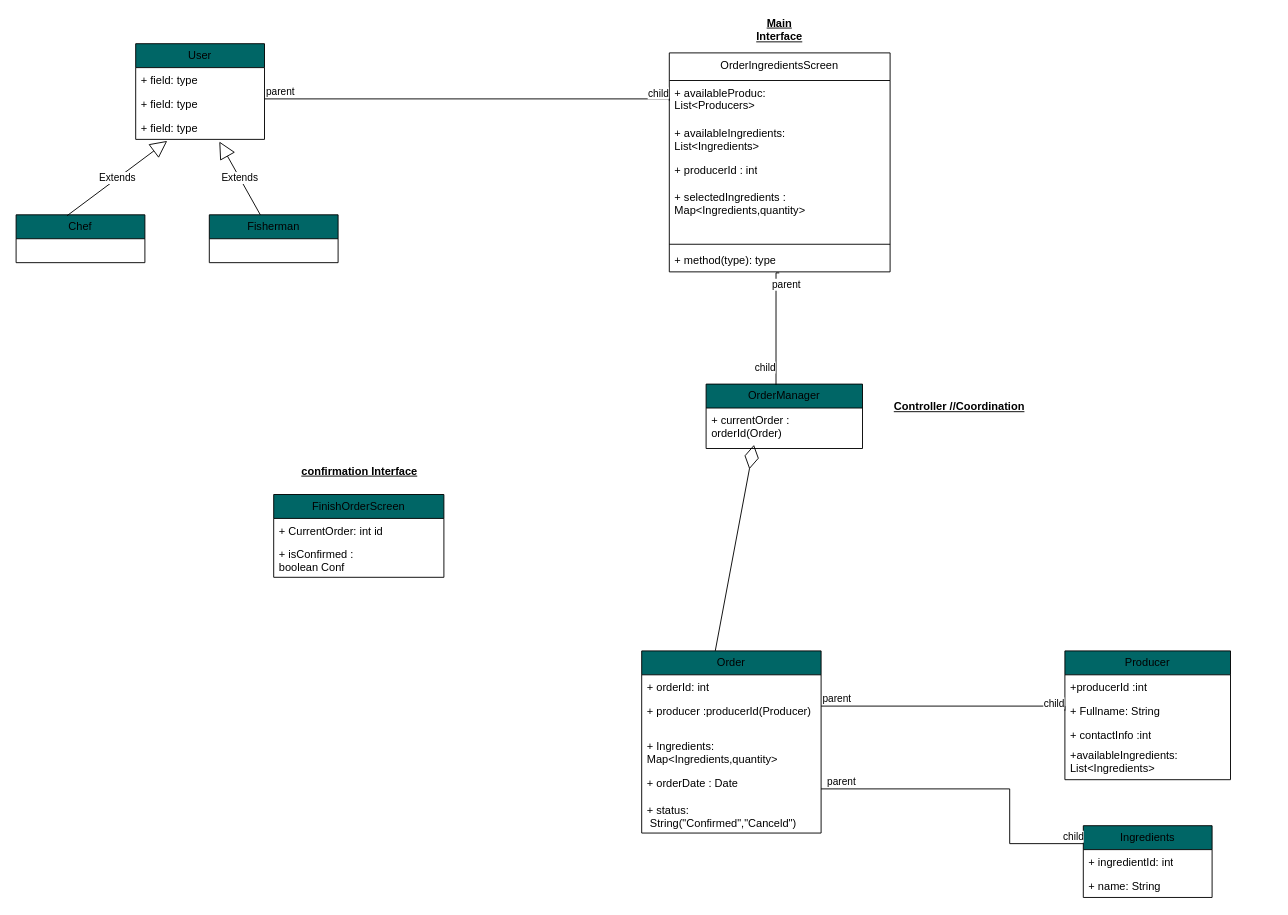
Before: ClassDiagram_Kostasdrawio.drawio in TMCEID/SoftEngFishApp, a draw.io diagram. Source tidied: cells renumbered, new cells numbered last; positions are measured from the earlier drawing's top-left corner, leaving out a move shared by most shapes. Both pictures are drawn from the tidied source at 92%, with x=0, y=0 at pixel (16, 16).
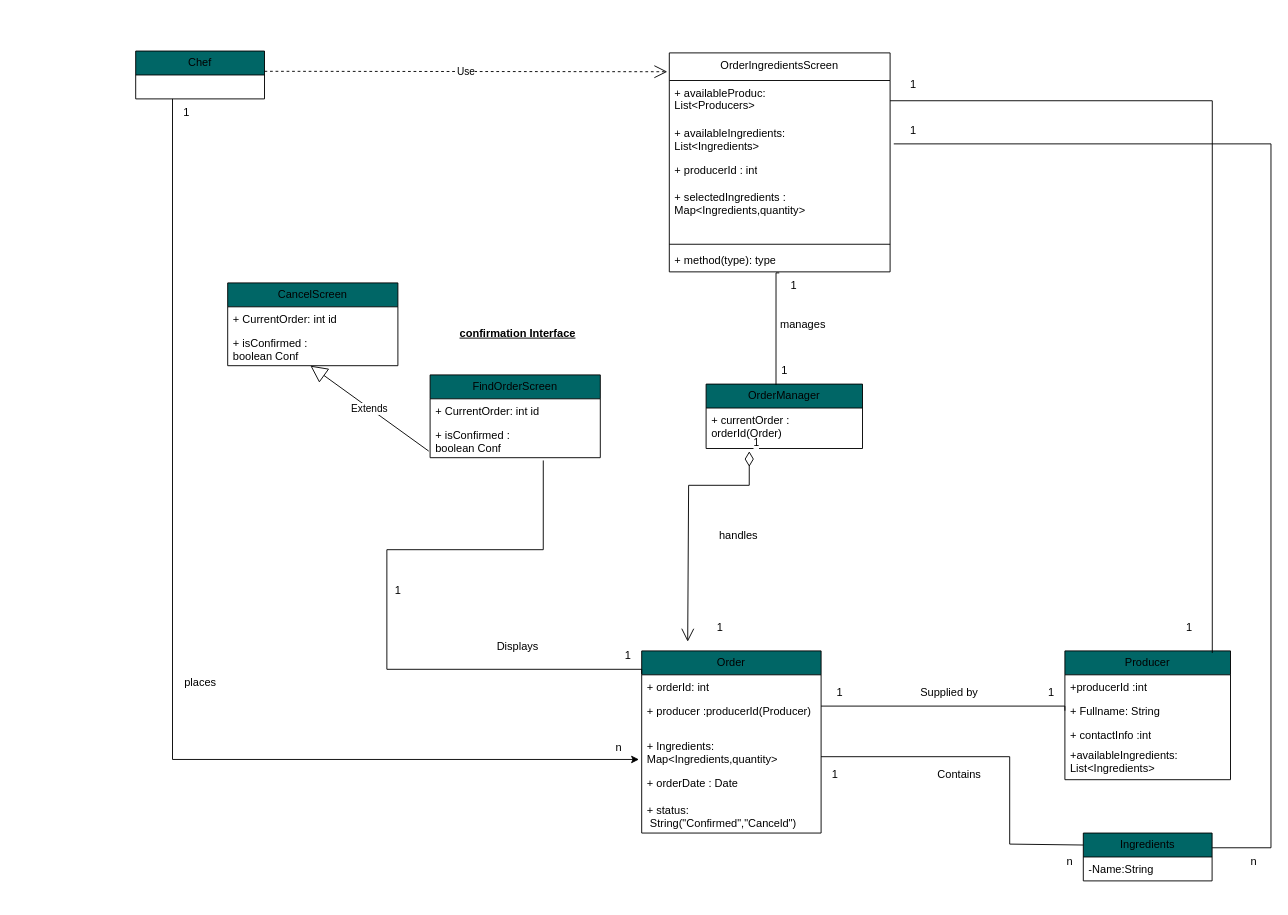
The same diagram, later.

Commit message:
Kostas: Need some work But!

Unchanged cells that the change refers to:
```xml
<mxCell id="10" value="Producer" style="swimlane;fontStyle=0;horizontal=1;startSize=26;fillColor=light-dark(#006666,#006666);whiteSpace=wrap;html=1;" parent="1" vertex="1">
  <mxGeometry x="1140" y="690" width="180" height="140" as="geometry" />
</mxCell>
<mxCell id="12" value="+ Fullname: String" style="text;strokeColor=none;fillColor=none;align=left;verticalAlign=top;spacingLeft=4;spacingRight=4;overflow=hidden;points=[[0,0.5],[1,0.5]];portConstraint=eastwest;whiteSpace=wrap;html=1;" parent="10" vertex="1">
  <mxGeometry y="52" width="180" height="26" as="geometry" />
</mxCell>
<mxCell id="18" value="Order" style="swimlane;fontStyle=0;horizontal=1;startSize=26;fillColor=light-dark(#006666,#006666);whiteSpace=wrap;html=1;" parent="1" vertex="1">
  <mxGeometry x="680" y="690" width="195" height="198" as="geometry" />
</mxCell>
<mxCell id="21" value="+ Ingredients:&lt;br&gt;Map&amp;lt;Ingredients,quantity&amp;gt;" style="text;strokeColor=none;fillColor=none;align=left;verticalAlign=top;spacingLeft=4;spacingRight=4;overflow=hidden;points=[[0,0.5],[1,0.5]];portConstraint=eastwest;whiteSpace=wrap;html=1;" parent="18" vertex="1">
  <mxGeometry y="90" width="195" height="40" as="geometry" />
</mxCell>
<mxCell id="25" value="+ currentOrder : orderId(Order)" style="text;strokeColor=none;fillColor=none;align=left;verticalAlign=top;spacingLeft=4;spacingRight=4;overflow=hidden;points=[[0,0.5],[1,0.5]];portConstraint=eastwest;whiteSpace=wrap;html=1;" parent="24" vertex="1">
  <mxGeometry y="26" width="170" height="44" as="geometry" />
</mxCell>
<mxCell id="29" value="&lt;span style=&quot;font-weight: 400;&quot;&gt;OrderIngredientsScreen&lt;/span&gt;" style="swimlane;fontStyle=1;align=center;verticalAlign=top;horizontal=1;startSize=30;whiteSpace=wrap;html=1;fillColor=light-dark(#FFFFFF,#006666);" parent="1" vertex="1">
  <mxGeometry x="710" y="40" width="240" height="238" as="geometry" />
</mxCell>
<mxCell id="30" value="+ availableProduc:&lt;br&gt;List&amp;lt;Producers&amp;gt;" style="text;strokeColor=none;fillColor=none;align=left;verticalAlign=top;spacingLeft=4;spacingRight=4;overflow=hidden;points=[[0,0.5],[1,0.5]];portConstraint=eastwest;whiteSpace=wrap;html=1;" parent="29" vertex="1">
  <mxGeometry y="30" width="240" height="44" as="geometry" />
</mxCell>
<mxCell id="43" style="endArrow=none;html=1;edgeStyle=orthogonalEdgeStyle;rounded=0;entryX=0.447;entryY=0.014;entryDx=0;entryDy=0;entryPerimeter=0;exitX=0.498;exitY=1.044;exitDx=0;exitDy=0;exitPerimeter=0;" parent="1" edge="1" source="35" target="24">
  <mxGeometry relative="1" as="geometry">
    <Array as="points">
      <mxPoint x="826" y="279" />
    </Array>
  </mxGeometry>
</mxCell>
```

Diff of the diagram source:
```diff
@@
-    <mxCell id="2" value="User" style="swimlane;fontStyle=0;horizontal=1;startSize=26;fillColor=light-dark(#006666,#006666);whiteSpace=wrap;html=1;" parent="1" vertex="1">
-      <mxGeometry x="130" y="30" width="140" height="104" as="geometry" />
-    </mxCell>
-    <mxCell id="3" value="+ field: type" style="text;strokeColor=none;fillColor=none;align=left;verticalAlign=top;spacingLeft=4;spacingRight=4;overflow=hidden;whiteSpace=wrap;html=1;" parent="2" vertex="1">
-      <mxGeometry y="26" width="140" height="26" as="geometry" />
-    </mxCell>
-    <mxCell id="4" value="+ field: type" style="text;strokeColor=none;fillColor=none;align=left;verticalAlign=top;spacingLeft=4;spacingRight=4;overflow=hidden;whiteSpace=wrap;html=1;" parent="2" vertex="1">
-      <mxGeometry y="52" width="140" height="26" as="geometry" />
-    </mxCell>
-    <mxCell id="5" value="+ field: type" style="text;strokeColor=none;fillColor=none;align=left;verticalAlign=top;spacingLeft=4;spacingRight=4;overflow=hidden;points=[[0,0.5],[1,0.5]];portConstraint=eastwest;whiteSpace=wrap;html=1;" parent="2" vertex="1">
-      <mxGeometry y="78" width="140" height="26" as="geometry" />
-    </mxCell>
-    <mxCell id="6" value="FinishOrderScreen" style="swimlane;fontStyle=0;horizontal=1;startSize=26;fillColor=light-dark(#006666,#006666);whiteSpace=wrap;html=1;" parent="1" vertex="1">
-      <mxGeometry x="280" y="520" width="185" height="90" as="geometry" />
-    </mxCell>
-    <mxCell id="7" value="+ CurrentOrder: int id" style="text;strokeColor=none;fillColor=none;align=left;verticalAlign=top;spacingLeft=4;spacingRight=4;overflow=hidden;whiteSpace=wrap;html=1;" parent="6" vertex="1">
-      <mxGeometry y="26" width="185" height="26" as="geometry" />
-    </mxCell>
-    <mxCell id="8" value="+ isConfirmed : &lt;br&gt;boolean Conf" style="text;strokeColor=none;fillColor=none;align=left;verticalAlign=top;spacingLeft=4;spacingRight=4;overflow=hidden;whiteSpace=wrap;html=1;" parent="6" vertex="1">
-      <mxGeometry y="52" width="185" height="38" as="geometry" />
-    </mxCell>
+    <mxCell id="52" value="FindOrderScreen" style="swimlane;fontStyle=0;horizontal=1;startSize=26;fillColor=light-dark(#006666,#006666);whiteSpace=wrap;html=1;" parent="1" vertex="1">
+      <mxGeometry x="450" y="390" width="185" height="90" as="geometry" />
+    </mxCell>
+    <mxCell id="53" value="+ CurrentOrder: int id" style="text;strokeColor=none;fillColor=none;align=left;verticalAlign=top;spacingLeft=4;spacingRight=4;overflow=hidden;whiteSpace=wrap;html=1;" parent="52" vertex="1">
+      <mxGeometry y="26" width="185" height="26" as="geometry" />
+    </mxCell>
+    <mxCell id="54" value="+ isConfirmed : &lt;br&gt;boolean Conf" style="text;strokeColor=none;fillColor=none;align=left;verticalAlign=top;spacingLeft=4;spacingRight=4;overflow=hidden;points=[[0,0.5],[1,0.5]];portConstraint=eastwest;whiteSpace=wrap;html=1;" parent="52" vertex="1">
+      <mxGeometry y="52" width="185" height="38" as="geometry" />
+    </mxCell>
     <mxCell id="9" value="&lt;u&gt;confirmation Interface&lt;/u&gt;" style="text;align=center;fontStyle=1;verticalAlign=middle;spacingLeft=3;spacingRight=3;strokeColor=none;html=1;" parent="1" vertex="1">
-      <mxGeometry x="307.5" y="470" width="130" height="50" as="geometry" />
+      <mxGeometry x="480" y="320" width="130" height="50" as="geometry" />
     </mxCell>
@@
     <mxCell id="15" value="Ingredients" style="swimlane;fontStyle=0;horizontal=1;startSize=26;fillColor=light-dark(#006666,#006666);whiteSpace=wrap;html=1;" parent="1" vertex="1">
-      <mxGeometry x="1160" y="880" width="140" height="78" as="geometry" />
+      <mxGeometry x="1160" y="888" width="140" height="52" as="geometry" />
     </mxCell>
-    <mxCell id="16" value="+ ingredientId: int" style="text;strokeColor=none;fillColor=none;align=left;verticalAlign=top;spacingLeft=4;spacingRight=4;overflow=hidden;whiteSpace=wrap;html=1;" parent="15" vertex="1">
-      <mxGeometry y="26" width="140" height="26" as="geometry" />
-    </mxCell>
-    <mxCell id="17" value="+ name: String" style="text;strokeColor=none;fillColor=none;align=left;verticalAlign=top;spacingLeft=4;spacingRight=4;overflow=hidden;whiteSpace=wrap;html=1;" parent="15" vertex="1">
-      <mxGeometry y="52" width="140" height="26" as="geometry" />
-    </mxCell>
+    <mxCell id="55" value="-Name:String" style="text;strokeColor=none;fillColor=none;align=left;verticalAlign=top;spacingLeft=4;spacingRight=4;overflow=hidden;whiteSpace=wrap;html=1;" parent="15" vertex="1">
+      <mxGeometry y="26" width="140" height="26" as="geometry" />
+    </mxCell>
@@
-    <mxCell id="26" value="&lt;u&gt;Controller //Coordination&lt;/u&gt;" style="text;align=center;fontStyle=1;verticalAlign=middle;spacingLeft=3;spacingRight=3;strokeColor=none;html=1;" parent="1" vertex="1">
-      <mxGeometry x="950" y="400" width="150" height="50" as="geometry" />
-    </mxCell>
     <mxCell id="27" value="Chef" style="swimlane;fontStyle=0;horizontal=1;startSize=26;fillColor=light-dark(#006666,#006666);whiteSpace=wrap;html=1;" parent="1" vertex="1">
-      <mxGeometry y="216" width="140" height="52" as="geometry" />
+      <mxGeometry x="130" y="38" width="140" height="52" as="geometry" />
     </mxCell>
-    <mxCell id="28" value="Fisherman" style="swimlane;fontStyle=0;horizontal=1;startSize=26;fillColor=light-dark(#006666,#006666);whiteSpace=wrap;html=1;" parent="1" vertex="1">
-      <mxGeometry x="210" y="216" width="140" height="52" as="geometry" />
-    </mxCell>
@@
-    <mxCell id="36" value="Extends" style="endArrow=block;endSize=16;endFill=0;html=1;rounded=0;exitX=0.395;exitY=0.02;exitDx=0;exitDy=0;exitPerimeter=0;entryX=0.245;entryY=1.064;entryDx=0;entryDy=0;entryPerimeter=0;" parent="1" edge="1" source="27" target="5">
-      <mxGeometry relative="1" as="geometry" />
-    </mxCell>
-    <mxCell id="37" value="Extends" style="endArrow=block;endSize=16;endFill=0;html=1;rounded=0;entryX=0.649;entryY=1.09;entryDx=0;entryDy=0;entryPerimeter=0;" parent="1" edge="1" source="28" target="5">
-      <mxGeometry relative="1" as="geometry" />
-    </mxCell>
-    <mxCell id="38" value="&lt;b&gt;&lt;u&gt;Main Interface&lt;/u&gt;&lt;/b&gt;" style="text;html=1;align=center;verticalAlign=middle;whiteSpace=wrap;rounded=0;" parent="1" vertex="1">
-      <mxGeometry x="800" width="60" height="30" as="geometry" />
-    </mxCell>
-    <mxCell id="39" style="endArrow=none;html=1;edgeStyle=orthogonalEdgeStyle;rounded=0;entryX=0;entryY=0.5;entryDx=0;entryDy=0;" parent="1" edge="1" target="30">
-      <mxGeometry relative="1" as="geometry">
-        <mxPoint x="270" y="90" as="sourcePoint" />
-        <Array as="points">
-          <mxPoint x="710" y="90" />
-        </Array>
-      </mxGeometry>
-    </mxCell>
-    <mxCell id="40" value="parent" style="edgeLabel;html=1;align=left;verticalAlign=bottom;" parent="39" vertex="1">
-      <mxGeometry x="-1" relative="1" as="geometry" />
-    </mxCell>
-    <mxCell id="41" value="child" style="edgeLabel;html=1;align=right;verticalAlign=bottom;" parent="39" vertex="1">
-      <mxGeometry x="1" relative="1" as="geometry" />
-    </mxCell>
-    <mxCell id="42" style="endArrow=diamondThin;endFill=0;endSize=24;html=1;rounded=0;exitX=0.41;exitY=0;exitDx=0;exitDy=0;exitPerimeter=0;entryX=0.306;entryY=0.909;entryDx=0;entryDy=0;entryPerimeter=0;" parent="1" edge="1" source="18" target="25">
-      <mxGeometry relative="1" as="geometry" />
-    </mxCell>
@@
-    <mxCell id="44" value="parent" style="edgeLabel;html=1;align=left;verticalAlign=bottom;" parent="43" vertex="1">
-      <mxGeometry x="-1" relative="1" as="geometry">
-        <mxPoint x="-10" y="21" as="offset" />
-      </mxGeometry>
-    </mxCell>
-    <mxCell id="45" value="child" style="edgeLabel;html=1;align=right;verticalAlign=bottom;" parent="43" vertex="1">
-      <mxGeometry x="1" relative="1" as="geometry">
-        <mxPoint y="-11" as="offset" />
-      </mxGeometry>
-    </mxCell>
-    <mxCell id="46" style="endArrow=none;html=1;edgeStyle=orthogonalEdgeStyle;rounded=0;entryX=0;entryY=0.5;entryDx=0;entryDy=0;" parent="1" edge="1" target="12">
-      <mxGeometry relative="1" as="geometry">
-        <mxPoint x="875" y="750" as="sourcePoint" />
-        <Array as="points">
-          <mxPoint x="1140" y="750" />
-        </Array>
-      </mxGeometry>
-    </mxCell>
-    <mxCell id="47" value="parent" style="edgeLabel;html=1;align=left;verticalAlign=bottom;" parent="46" vertex="1">
-      <mxGeometry x="-1" relative="1" as="geometry" />
-    </mxCell>
-    <mxCell id="48" value="child" style="edgeLabel;html=1;align=right;verticalAlign=bottom;" parent="46" vertex="1">
-      <mxGeometry x="1" relative="1" as="geometry" />
-    </mxCell>
-    <mxCell id="49" style="endArrow=none;html=1;edgeStyle=orthogonalEdgeStyle;rounded=0;entryX=0;entryY=0.25;entryDx=0;entryDy=0;" parent="1" edge="1" target="15">
-      <mxGeometry relative="1" as="geometry">
-        <mxPoint x="875" y="840" as="sourcePoint" />
-        <Array as="points">
-          <mxPoint x="1080" y="840" />
-          <mxPoint x="1080" y="900" />
-        </Array>
-      </mxGeometry>
-    </mxCell>
-    <mxCell id="50" value="parent" style="edgeLabel;html=1;align=left;verticalAlign=bottom;" parent="49" vertex="1">
-      <mxGeometry x="-1" relative="1" as="geometry">
-        <mxPoint x="5" as="offset" />
-      </mxGeometry>
-    </mxCell>
-    <mxCell id="51" value="child" style="edgeLabel;html=1;align=right;verticalAlign=bottom;" parent="49" vertex="1">
-      <mxGeometry x="1" relative="1" as="geometry" />
-    </mxCell>
+    <mxCell id="56" style="endArrow=none;html=1;edgeStyle=orthogonalEdgeStyle;rounded=0;entryX=0;entryY=0.5;entryDx=0;entryDy=0;" parent="1" edge="1" target="12">
+      <mxGeometry relative="1" as="geometry">
+        <mxPoint x="875" y="750" as="sourcePoint" />
+        <Array as="points">
+          <mxPoint x="1140" y="750" />
+        </Array>
+      </mxGeometry>
+    </mxCell>
+    <mxCell id="57" style="endArrow=none;html=1;edgeStyle=orthogonalEdgeStyle;rounded=0;entryX=0;entryY=0.25;entryDx=0;entryDy=0;" parent="1" edge="1" target="15">
+      <mxGeometry relative="1" as="geometry">
+        <mxPoint x="875" y="805" as="sourcePoint" />
+        <Array as="points">
+          <mxPoint x="1080" y="805" />
+          <mxPoint x="1080" y="900" />
+        </Array>
+      </mxGeometry>
+    </mxCell>
+    <mxCell id="58" value="manages" style="text;html=1;align=center;verticalAlign=middle;strokeColor=none;fillColor=none;" parent="1" vertex="1">
+      <mxGeometry x="820" y="320" width="70" height="30" as="geometry" />
+    </mxCell>
+    <mxCell id="59" value="1" style="text;html=1;align=center;verticalAlign=middle;strokeColor=none;fillColor=none;" parent="1" vertex="1">
+      <mxGeometry x="830" y="278" width="30" height="30" as="geometry" />
+    </mxCell>
+    <mxCell id="60" value="1" style="text;html=1;align=center;verticalAlign=middle;strokeColor=none;fillColor=none;" parent="1" vertex="1">
+      <mxGeometry x="820" y="370" width="30" height="30" as="geometry" />
+    </mxCell>
+    <mxCell id="61" value="handles" style="text;html=1;align=center;verticalAlign=middle;strokeColor=none;fillColor=none;" parent="1" vertex="1">
+      <mxGeometry x="750" y="550" width="70" height="30" as="geometry" />
+    </mxCell>
+    <mxCell id="62" value="1" style="text;html=1;align=center;verticalAlign=middle;strokeColor=none;fillColor=none;" parent="1" vertex="1">
+      <mxGeometry x="750" y="650" width="30" height="30" as="geometry" />
+    </mxCell>
+    <mxCell id="63" value="Supplied by" style="text;html=1;align=center;verticalAlign=middle;strokeColor=none;fillColor=none;" parent="1" vertex="1">
+      <mxGeometry x="969" y="720" width="90" height="30" as="geometry" />
+    </mxCell>
+    <mxCell id="64" value="1" style="text;html=1;align=center;verticalAlign=middle;strokeColor=none;fillColor=none;" parent="1" vertex="1">
+      <mxGeometry x="880" y="720" width="30" height="30" as="geometry" />
+    </mxCell>
+    <mxCell id="65" value="1" style="text;html=1;align=center;verticalAlign=middle;strokeColor=none;fillColor=none;" parent="1" vertex="1">
+      <mxGeometry x="1110" y="720" width="30" height="30" as="geometry" />
+    </mxCell>
+    <mxCell id="66" value="Contains" style="text;html=1;align=center;verticalAlign=middle;strokeColor=none;fillColor=none;" parent="1" vertex="1">
+      <mxGeometry x="990" y="810" width="70" height="30" as="geometry" />
+    </mxCell>
+    <mxCell id="67" value="1" style="text;html=1;align=center;verticalAlign=middle;strokeColor=none;fillColor=none;" parent="1" vertex="1">
+      <mxGeometry x="875" y="810" width="30" height="30" as="geometry" />
+    </mxCell>
+    <mxCell id="68" value="n" style="text;html=1;align=center;verticalAlign=middle;strokeColor=none;fillColor=none;" parent="1" vertex="1">
+      <mxGeometry x="1130" y="904" width="30" height="30" as="geometry" />
+    </mxCell>
+    <mxCell id="69" style="endArrow=none;html=1;edgeStyle=orthogonalEdgeStyle;rounded=0;entryX=0;entryY=0.5;entryDx=0;entryDy=0;exitX=0.665;exitY=1.079;exitDx=0;exitDy=0;exitPerimeter=0;" parent="1" edge="1" source="54">
+      <mxGeometry relative="1" as="geometry">
+        <mxPoint x="680" y="715" as="targetPoint" />
+        <Array as="points">
+          <mxPoint x="573" y="580" />
+          <mxPoint x="403" y="580" />
+          <mxPoint x="403" y="710" />
+          <mxPoint x="680" y="710" />
+        </Array>
+      </mxGeometry>
+    </mxCell>
+    <mxCell id="70" value="Displays" style="text;html=1;align=center;verticalAlign=middle;strokeColor=none;fillColor=none;" parent="1" vertex="1">
+      <mxGeometry x="510" y="670" width="70" height="30" as="geometry" />
+    </mxCell>
+    <mxCell id="71" value="1" style="text;html=1;align=center;verticalAlign=middle;strokeColor=none;fillColor=none;" parent="1" vertex="1">
+      <mxGeometry x="400" y="610" width="30" height="30" as="geometry" />
+    </mxCell>
+    <mxCell id="72" value="1" style="text;html=1;align=center;verticalAlign=middle;strokeColor=none;fillColor=none;" parent="1" vertex="1">
+      <mxGeometry x="650" y="680" width="30" height="30" as="geometry" />
+    </mxCell>
+    <mxCell id="73" style="endArrow=none;html=1;edgeStyle=orthogonalEdgeStyle;rounded=0;exitX=0.89;exitY=0.016;exitDx=0;exitDy=0;exitPerimeter=0;entryX=1;entryY=0.5;entryDx=0;entryDy=0;" parent="1" edge="1" source="10" target="30">
+      <mxGeometry relative="1" as="geometry">
+        <Array as="points">
+          <mxPoint x="1300" y="92" />
+        </Array>
+      </mxGeometry>
+    </mxCell>
+    <mxCell id="74" style="endArrow=none;html=1;edgeStyle=orthogonalEdgeStyle;rounded=0;entryX=1;entryY=0.5;entryDx=0;entryDy=0;" parent="1" edge="1" source="15">
+      <mxGeometry relative="1" as="geometry">
+        <mxPoint x="954" y="138.9" as="targetPoint" />
+        <Array as="points">
+          <mxPoint x="1364" y="904" />
+          <mxPoint x="1364" y="139" />
+        </Array>
+      </mxGeometry>
+    </mxCell>
+    <mxCell id="75" value="1" style="text;html=1;align=center;verticalAlign=middle;strokeColor=none;fillColor=none;" parent="1" vertex="1">
+      <mxGeometry x="960" y="60" width="30" height="30" as="geometry" />
+    </mxCell>
+    <mxCell id="76" value="1" style="text;html=1;align=center;verticalAlign=middle;strokeColor=none;fillColor=none;" parent="1" vertex="1">
+      <mxGeometry x="1260" y="650" width="30" height="30" as="geometry" />
+    </mxCell>
+    <mxCell id="77" value="1" style="text;html=1;align=center;verticalAlign=middle;strokeColor=none;fillColor=none;" parent="1" vertex="1">
+      <mxGeometry x="960" y="110" width="30" height="30" as="geometry" />
+    </mxCell>
+    <mxCell id="78" value="n" style="text;html=1;align=center;verticalAlign=middle;strokeColor=none;fillColor=none;" parent="1" vertex="1">
+      <mxGeometry x="1330" y="904" width="30" height="30" as="geometry" />
+    </mxCell>
+    <mxCell id="79" value="Use" style="endArrow=open;endSize=12;dashed=1;html=1;rounded=0;entryX=-0.009;entryY=0.086;entryDx=0;entryDy=0;entryPerimeter=0;exitX=1;exitY=0.423;exitDx=0;exitDy=0;exitPerimeter=0;" parent="1" edge="1" source="27" target="29">
+      <mxGeometry relative="1" as="geometry" />
+    </mxCell>
+    <mxCell id="80" value="places" style="text;html=1;align=center;verticalAlign=middle;strokeColor=none;fillColor=none;" parent="1" vertex="1">
+      <mxGeometry x="170" y="710" width="60" height="30" as="geometry" />
+    </mxCell>
+    <mxCell id="81" value="1" style="text;html=1;align=center;verticalAlign=middle;strokeColor=none;fillColor=none;" parent="1" vertex="1">
+      <mxGeometry x="170" y="90" width="30" height="30" as="geometry" />
+    </mxCell>
+    <mxCell id="82" value="n" style="text;html=1;align=center;verticalAlign=middle;strokeColor=none;fillColor=none;" parent="1" vertex="1">
+      <mxGeometry x="640" y="780" width="30" height="30" as="geometry" />
+    </mxCell>
+    <mxCell id="83" value="1" style="endArrow=open;html=1;endSize=12;startArrow=diamondThin;startSize=14;startFill=0;edgeStyle=orthogonalEdgeStyle;align=left;verticalAlign=bottom;rounded=0;exitX=0.276;exitY=1.068;exitDx=0;exitDy=0;exitPerimeter=0;" parent="1" edge="1" source="25">
+      <mxGeometry x="-1" y="3" relative="1" as="geometry">
+        <mxPoint x="730" y="680" as="targetPoint" />
+        <Array as="points">
+          <mxPoint x="797" y="510" />
+          <mxPoint x="731" y="510" />
+        </Array>
+      </mxGeometry>
+    </mxCell>
+    <mxCell id="84" value="CancelScreen" style="swimlane;fontStyle=0;horizontal=1;startSize=26;fillColor=light-dark(#006666,#006666);whiteSpace=wrap;html=1;" parent="1" vertex="1">
+      <mxGeometry x="230" y="290" width="185" height="90" as="geometry" />
+    </mxCell>
+    <mxCell id="85" value="+ CurrentOrder: int id" style="text;strokeColor=none;fillColor=none;align=left;verticalAlign=top;spacingLeft=4;spacingRight=4;overflow=hidden;whiteSpace=wrap;html=1;" parent="84" vertex="1">
+      <mxGeometry y="26" width="185" height="26" as="geometry" />
+    </mxCell>
+    <mxCell id="86" value="+ isConfirmed : &lt;br&gt;boolean Conf" style="text;strokeColor=none;fillColor=none;align=left;verticalAlign=top;spacingLeft=4;spacingRight=4;overflow=hidden;points=[[0,0.5],[1,0.5]];portConstraint=eastwest;whiteSpace=wrap;html=1;" parent="84" vertex="1">
+      <mxGeometry y="52" width="185" height="38" as="geometry" />
+    </mxCell>
+    <mxCell id="87" value="Extends" style="endArrow=block;endSize=16;endFill=0;html=1;rounded=0;entryX=0.486;entryY=1;entryDx=0;entryDy=0;entryPerimeter=0;exitX=-0.008;exitY=0.811;exitDx=0;exitDy=0;exitPerimeter=0;" parent="1" edge="1" source="54" target="86">
+      <mxGeometry relative="1" as="geometry" />
+    </mxCell>
+    <mxCell id="88" style="edgeStyle=orthogonalEdgeStyle;rounded=0;jettySize=auto;html=1;entryX=-0.015;entryY=0.7;entryDx=0;entryDy=0;entryPerimeter=0;" parent="1" edge="1" source="27" target="21">
+      <mxGeometry relative="1" as="geometry">
+        <Array as="points">
+          <mxPoint x="170" y="808" />
+        </Array>
+      </mxGeometry>
+    </mxCell>
```
